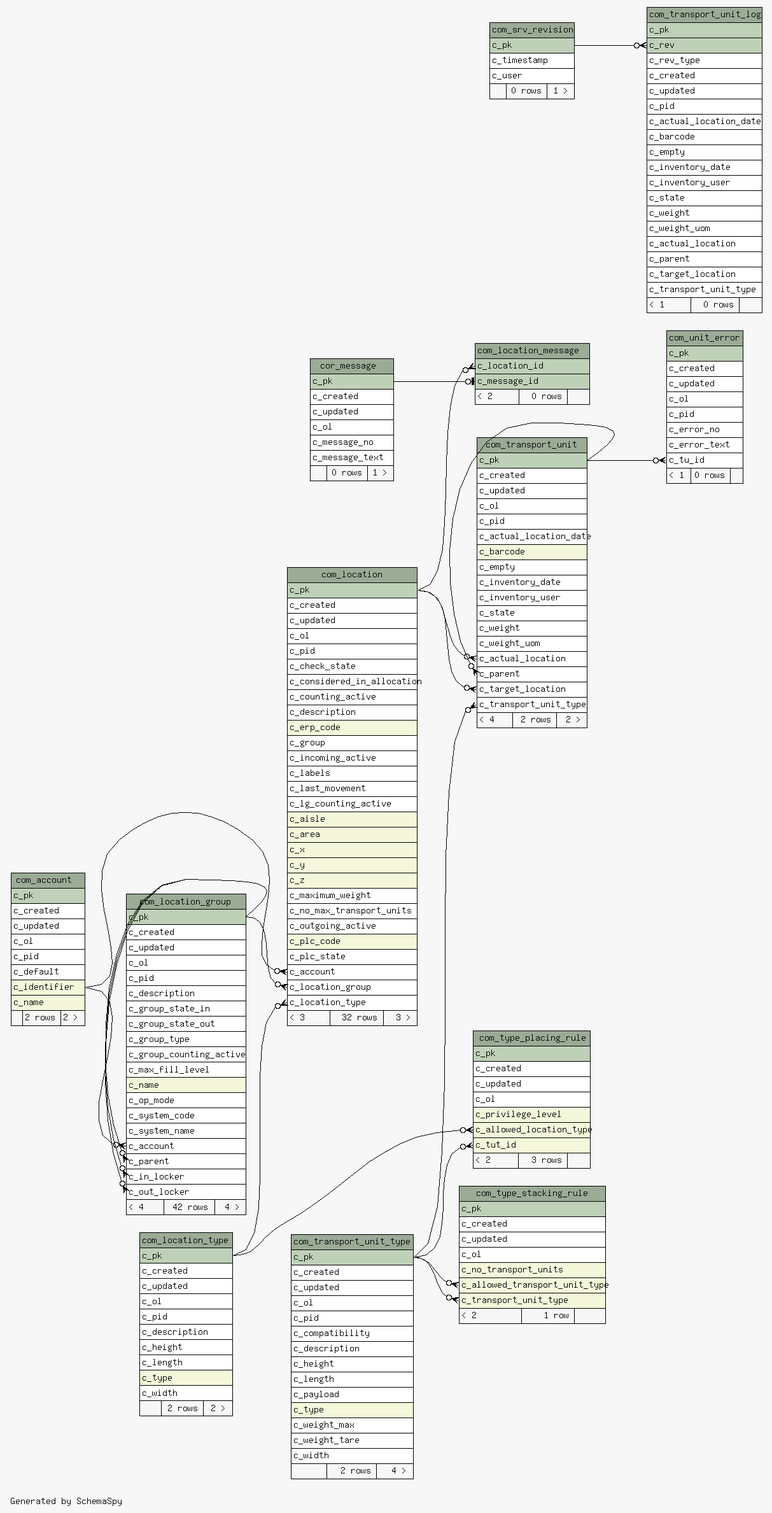
openwms/org.openwms.common.service.lib keeps this Graphviz diagram as 1.7.0-SNAPSHOT/schemaspy/diagrams/summary/relationships.real.large.png. Above is the earlier version. Its source is kept beside it as 1.7.0-SNAPSHOT/schemaspy/diagrams/summary/relationships.real.large.dot.
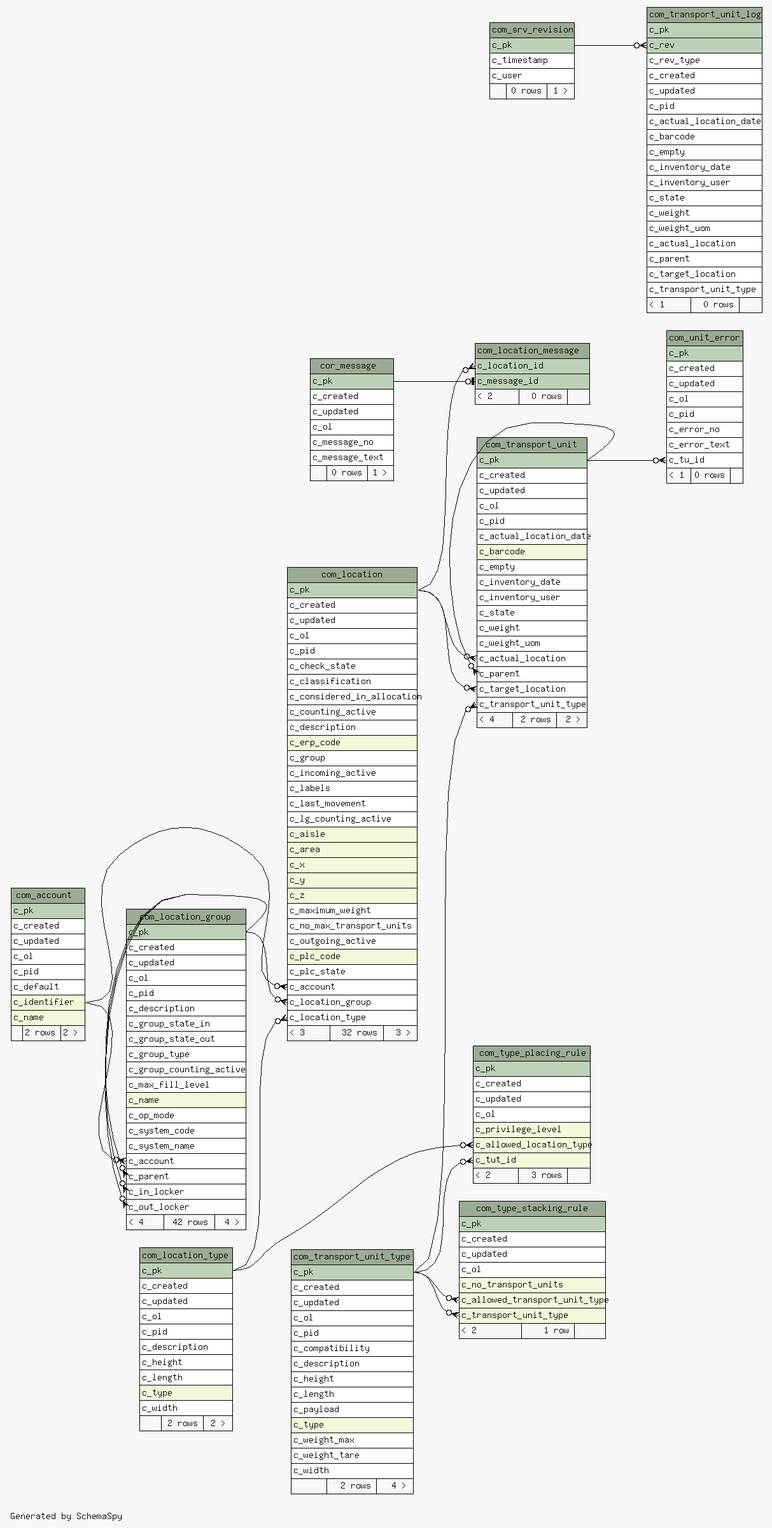
Later version of the same file.

Change to the diagram source:
```diff
@@ -44,6 +44,7 @@
       <TR><TD PORT="c_ol" COLSPAN="3" ALIGN="LEFT">c_ol</TD></TR>
       <TR><TD PORT="c_pid" COLSPAN="3" ALIGN="LEFT">c_pid</TD></TR>
       <TR><TD PORT="c_check_state" COLSPAN="3" ALIGN="LEFT">c_check_state</TD></TR>
+      <TR><TD PORT="c_classification" COLSPAN="3" ALIGN="LEFT">c_classification</TD></TR>
       <TR><TD PORT="c_considered_in_allocation" COLSPAN="3" ALIGN="LEFT">c_considered_in_allocation</TD></TR>
       <TR><TD PORT="c_counting_active" COLSPAN="3" ALIGN="LEFT">c_counting_active</TD></TR>
       <TR><TD PORT="c_description" COLSPAN="3" ALIGN="LEFT">c_description</TD></TR>
```
